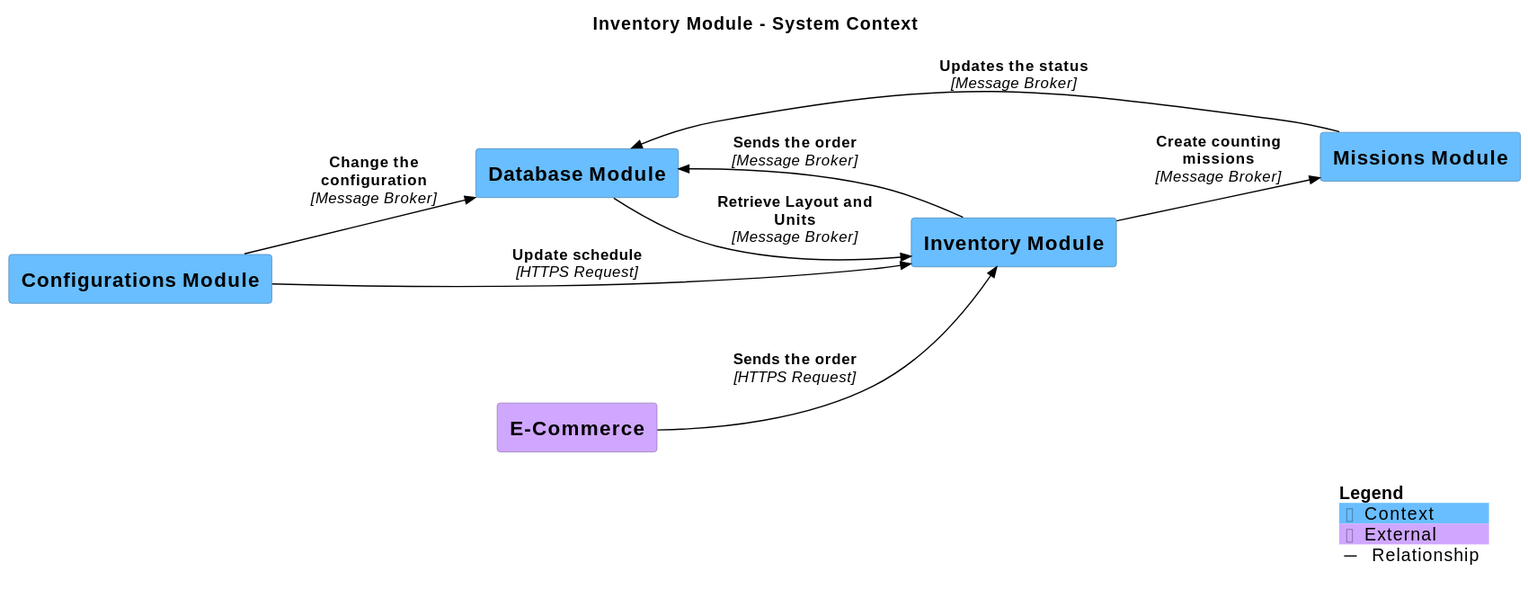
This is main/svg/SystemContext-002.svg from SLC-wms/DSL-Architecture, a PlantUML export, as it was before one commit. Its source is kept beside it as main/puml/SystemContext-002.puml.
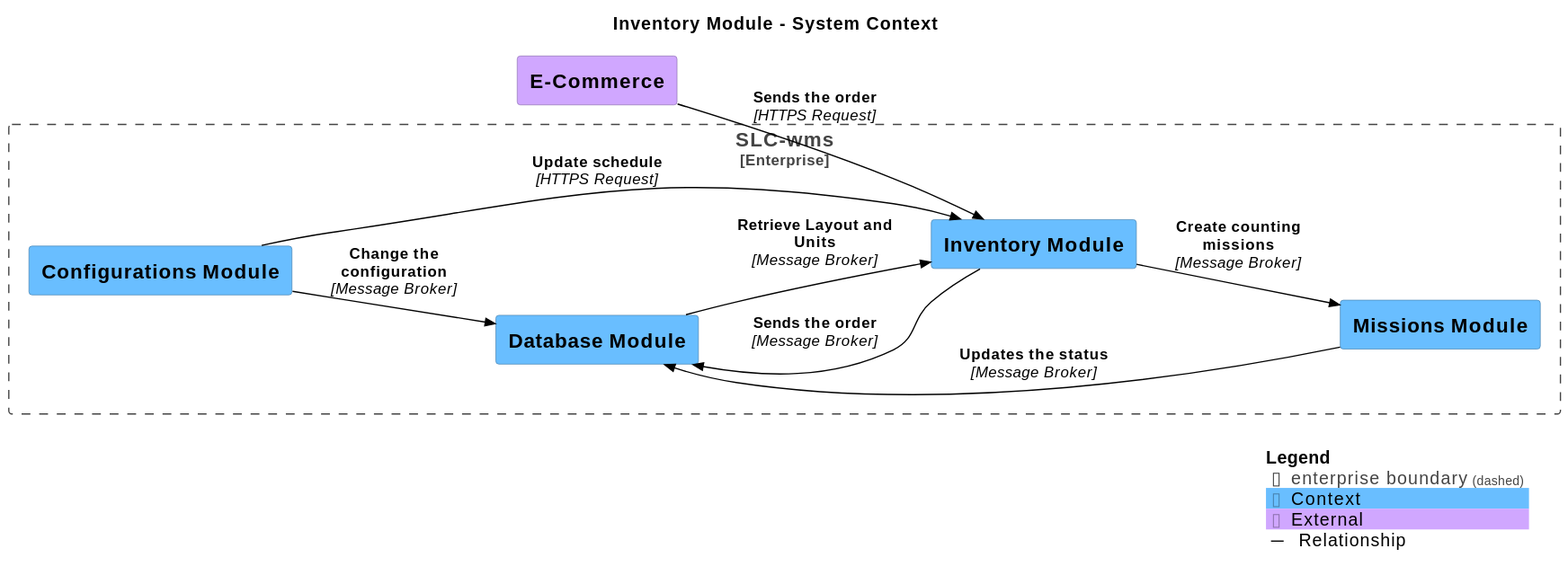
The same diagram one commit later.

What changed in the source:
```diff
@@ -12,11 +12,14 @@
 
 AddRelTag("Relationship", $textColor="#000000", $lineColor="#000000", $lineStyle = "")
 
-System(ConfigurationsModule, "Configurations Module", $descr="", $tags="Context", $link="")
-System(ECommerce, "E-Commerce", $descr="", $tags="External", $link="")
-System(DatabaseModule, "Database Module", $descr="", $tags="Context", $link="")
-System(MissionsModule, "Missions Module", $descr="", $tags="Context", $link="")
-System(InventoryModule, "Inventory Module", $descr="", $tags="Context", $link="")
+Enterprise_Boundary(enterprise, "SLC-wms") {
+  System(ConfigurationsModule, "Configurations Module", $descr="", $tags="Context", $link="")
+  System(DatabaseModule, "Database Module", $descr="", $tags="Context", $link="")
+  System(MissionsModule, "Missions Module", $descr="", $tags="Context", $link="")
+  System(InventoryModule, "Inventory Module", $descr="", $tags="Context", $link="")
+}
+
+System_Ext(ECommerce, "E-Commerce", $descr="", $tags="External", $link="")
 
 Rel_D(ConfigurationsModule, DatabaseModule, "Change the configuration", $techn="Message Broker", $tags="Relationship", $link="")
 Rel_D(ConfigurationsModule, InventoryModule, "Update schedule", $techn="HTTPS Request", $tags="Relationship", $link="")
```
